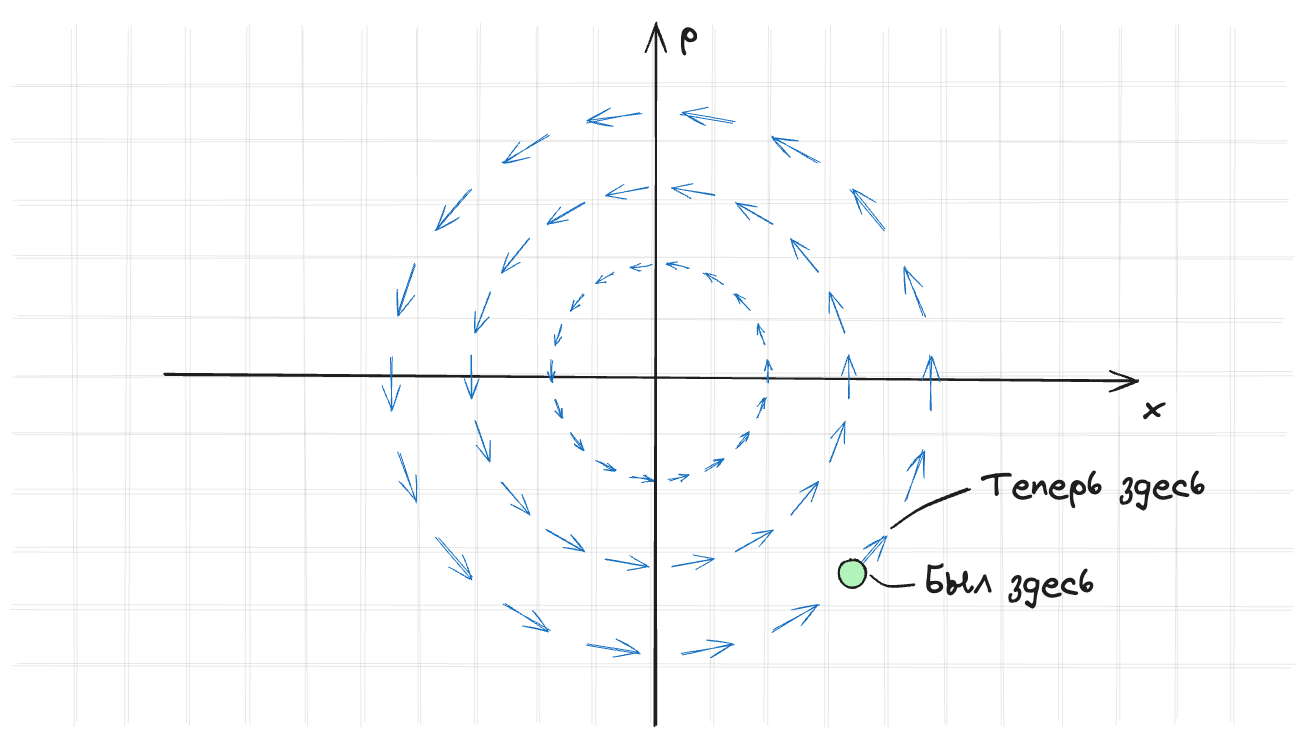
Earlier version of the Excalidraw export assets/pictures/numerical_method/phase_trajectory.excalidraw.png (kozakromch/game_physics). Source tidied: one line per element, renumbered; positions are measured from the earlier drawing's top-left corner, leaving out a move shared by most shapes.
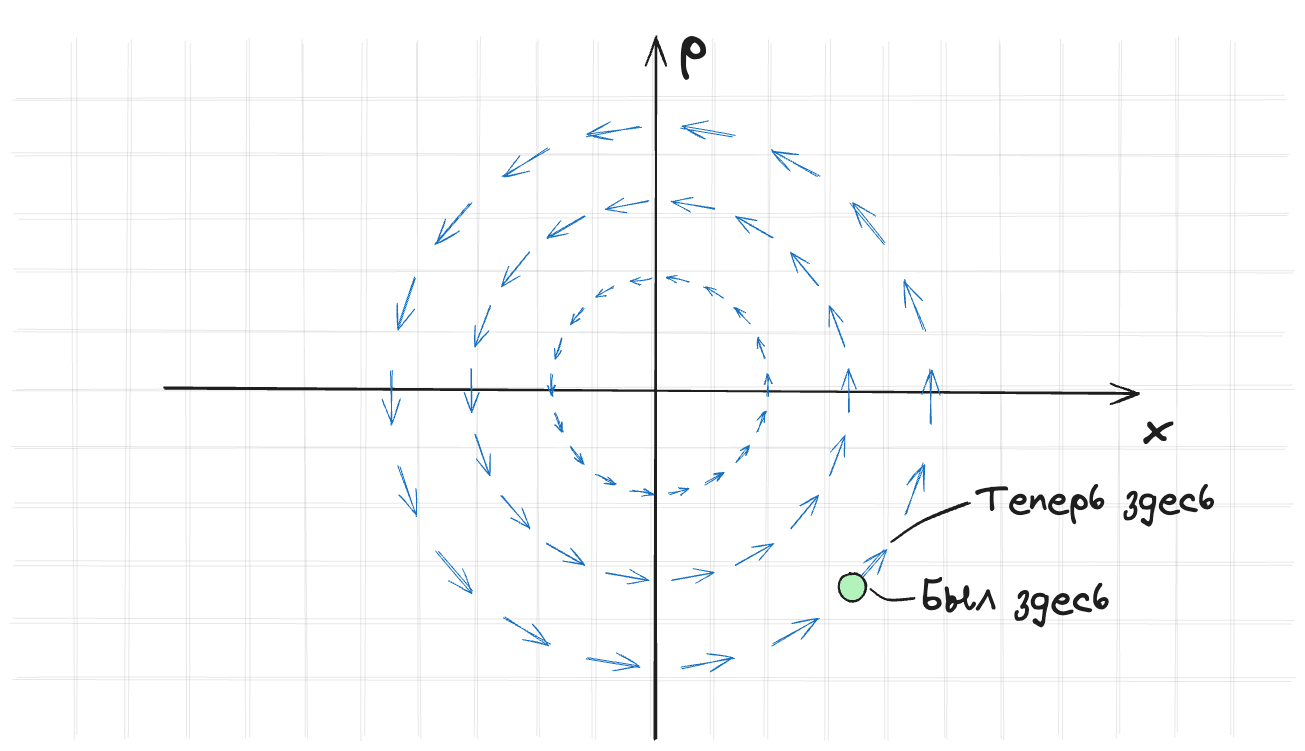
The same diagram one commit later.

What changed in the source:
```diff
@@ -1,5 +1,5 @@
 {"id": 0, "type": "arrow", "strokeColor": "#1e1e1e", "strokeWidth": 2, "roughness": 1, "endArrowhead": "arrow", "round": true, "x": 932, "y": 716, "width": 0, "height": 703, "points": [[0, 0], [0, -703]]}
-{"id": 1, "type": "arrow", "strokeColor": "#1e1e1e", "strokeWidth": 2, "roughness": 1, "endArrowhead": "arrow", "round": true, "to": 88, "x": 440, "y": 365, "width": 973, "height": 6, "points": [[0, 0], [973, 6]]}
+{"id": 1, "type": "arrow", "strokeColor": "#1e1e1e", "strokeWidth": 2, "roughness": 1, "endArrowhead": "arrow", "round": true, "to": 88, "x": 440, "y": 365, "width": 974, "height": 5, "points": [[0, 0], [974, 5]]}
 {"id": 2, "type": "line", "strokeColor": "#1e1e1e", "strokeWidth": 1, "roughness": 2, "opacity": 10, "round": true, "x": 290, "y": 75, "width": 1272, "height": 0, "points": [[0, 0], [1272, 0]]}
 {"id": 3, "type": "line", "strokeColor": "#1e1e1e", "strokeWidth": 1, "roughness": 2, "opacity": 10, "round": true, "x": 290, "y": 424, "width": 1272, "height": 0, "points": [[0, 0], [1272, 0]]}
 {"id": 4, "type": "line", "strokeColor": "#1e1e1e", "strokeWidth": 1, "roughness": 2, "opacity": 10, "round": true, "x": 290, "y": 133, "width": 1275, "height": 0, "points": [[0, 0], [1275, 0]]}
@@ -86,10 +86,10 @@
 {"id": 85, "type": "arrow", "strokeColor": "#1971c2", "angle": 5.24, "backgroundColor": "#b2f2bb", "fillStyle": "cross-hatch", "strokeWidth": 1, "roughness": 1, "endArrowhead": "arrow", "round": true, "x": 1031, "y": 225, "width": 0, "height": 44, "points": [[0, 0], [0, -44]]}
 {"id": 86, "type": "arrow", "strokeColor": "#1971c2", "angle": 5.59, "backgroundColor": "#b2f2bb", "fillStyle": "cross-hatch", "strokeWidth": 1, "roughness": 1, "endArrowhead": "arrow", "round": true, "x": 1081, "y": 268, "width": 0, "height": 44, "points": [[0, 0], [0, -44]]}
 {"id": 87, "type": "arrow", "strokeColor": "#1971c2", "angle": 5.93, "backgroundColor": "#b2f2bb", "fillStyle": "cross-hatch", "strokeWidth": 1, "roughness": 1, "endArrowhead": "arrow", "round": true, "x": 1114, "y": 324, "width": 0, "height": 44, "points": [[0, 0], [0, -44]]}
-{"id": 88, "type": "text", "text": "x", "strokeColor": "#1e1e1e", "strokeWidth": 2, "roughness": 1, "fontSize": 36, "fontFamily": 1, "x": 1419, "y": 375, "width": 20, "height": 45}
+{"id": 88, "type": "text", "text": "x", "strokeColor": "#1e1e1e", "strokeWidth": 2, "roughness": 1, "fontSize": 48.13, "fontFamily": 1, "x": 1419, "y": 375, "width": 27, "height": 60}
-{"id": 89, "type": "text", "text": "p", "strokeColor": "#1e1e1e", "strokeWidth": 2, "roughness": 1, "fontSize": 36, "fontFamily": 1, "x": 956, "y": 0, "width": 18, "height": 45}
+{"id": 89, "type": "text", "text": "p", "strokeColor": "#1e1e1e", "strokeWidth": 2, "roughness": 1, "fontSize": 55.99, "fontFamily": 1, "x": 956, "y": -14, "width": 28, "height": 70}
 {"id": 90, "type": "ellipse", "strokeColor": "#1e1e1e", "backgroundColor": "#b2f2bb", "fillStyle": "solid", "strokeWidth": 2, "roughness": 1, "round": true, "x": 1115, "y": 549, "width": 27, "height": 28}
 {"id": 91, "type": "line", "strokeColor": "#1e1e1e", "backgroundColor": "#b2f2bb", "fillStyle": "cross-hatch", "strokeWidth": 2, "roughness": 1, "round": true, "x": 1147, "y": 566, "width": 43, "height": 10, "points": [[0, 0], [16, 10], [43, 9]]}
-{"id": 92, "type": "text", "text": "Был здесь", "strokeColor": "#1e1e1e", "backgroundColor": "#b2f2bb", "fillStyle": "cross-hatch", "strokeWidth": 2, "roughness": 1, "fontSize": 36, "fontFamily": 1, "x": 1202, "y": 551, "width": 170, "height": 45}
+{"id": 92, "type": "text", "text": "Был здесь", "strokeColor": "#1e1e1e", "backgroundColor": "#b2f2bb", "fillStyle": "cross-hatch", "strokeWidth": 2, "roughness": 1, "fontSize": 40.05, "fontFamily": 1, "x": 1198, "y": 551, "width": 189, "height": 50}
 {"id": 93, "type": "line", "strokeColor": "#1e1e1e", "backgroundColor": "#b2f2bb", "fillStyle": "cross-hatch", "strokeWidth": 2, "roughness": 1, "round": true, "x": 1168, "y": 518, "width": 77, "height": 39, "points": [[0, 0], [30, -21], [77, -39]]}
-{"id": 94, "type": "text", "text": "Теперь здесь", "strokeColor": "#1e1e1e", "backgroundColor": "#b2f2bb", "fillStyle": "cross-hatch", "strokeWidth": 2, "roughness": 1, "fontSize": 36, "fontFamily": 1, "x": 1259, "y": 453, "width": 224, "height": 45}
+{"id": 94, "type": "text", "text": "Теперь здесь", "strokeColor": "#1e1e1e", "backgroundColor": "#b2f2bb", "fillStyle": "cross-hatch", "strokeWidth": 2, "roughness": 1, "fontSize": 38.4, "fontFamily": 1, "x": 1253, "y": 452, "width": 239, "height": 48}
```
